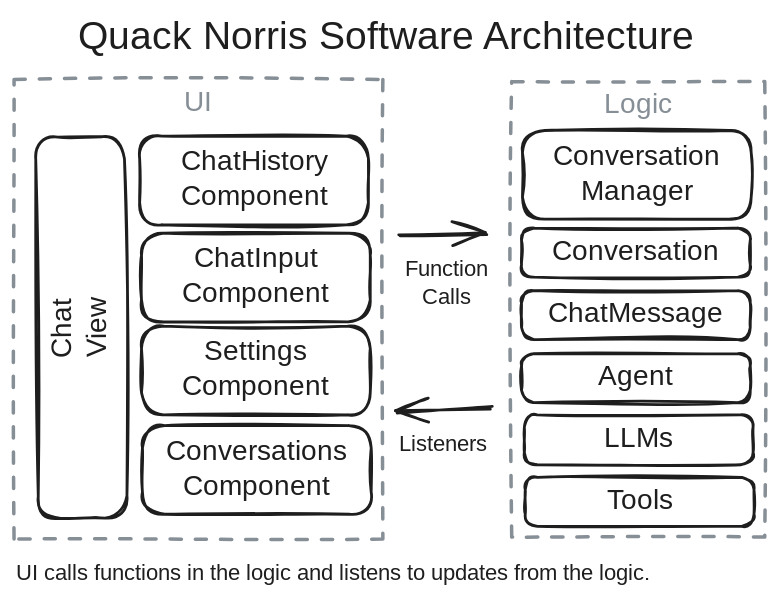
The Excalidraw diagram docs/architecture.excalidraw.svg in penguinmenac3/quack-norris, before a commit. Source tidied: one line per element, renumbered; positions are measured from the earlier drawing's top-left corner, leaving out a move shared by most shapes.
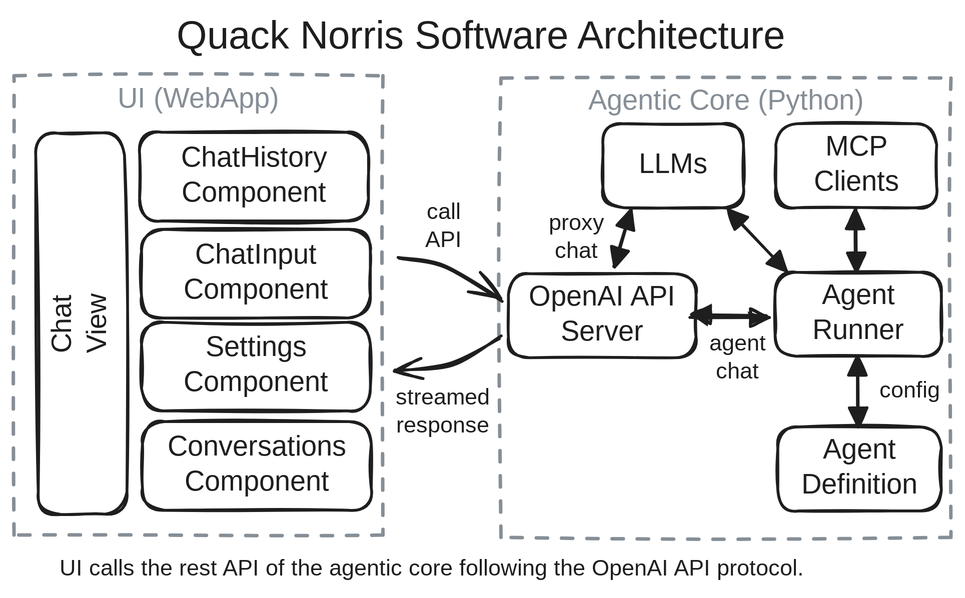
After the commit.

Change to the diagram source:
```diff
@@ -1,7 +1,7 @@
+{"id": 32, "type": "rectangle", "strokeColor": "#868e96", "strokeWidth": 2, "strokeStyle": "dashed", "roughness": 1, "x": 436, "y": 49, "width": 321, "height": 328}
+{"id": 33, "type": "text", "text": "Agentic Core (Python)", "strokeColor": "#868e96", "strokeWidth": 2, "roughness": 1, "fontSize": 20, "fontFamily": 5, "textAlign": "center", "inside": 32, "x": 488, "y": 54, "width": 217, "height": 25}
 {"id": 0, "type": "rectangle", "strokeColor": "#868e96", "strokeWidth": 2, "strokeStyle": "dashed", "roughness": 1, "x": 88, "y": 47, "width": 263, "height": 328}
-{"id": 1, "type": "text", "text": "UI", "strokeColor": "#868e96", "strokeWidth": 2, "roughness": 1, "fontSize": 20, "fontFamily": 5, "textAlign": "center", "inside": 0, "x": 207, "y": 52, "width": 25, "height": 25}
+{"id": 1, "type": "text", "text": "UI (WebApp)", "strokeColor": "#868e96", "strokeWidth": 2, "roughness": 1, "fontSize": 20, "fontFamily": 5, "textAlign": "center", "inside": 0, "x": 159, "y": 52, "width": 122, "height": 25}
-{"id": 2, "type": "rectangle", "strokeColor": "#868e96", "strokeWidth": 2, "strokeStyle": "dashed", "roughness": 1, "x": 443, "y": 48, "width": 181, "height": 325}
-{"id": 3, "type": "text", "text": "Logic", "strokeColor": "#868e96", "strokeWidth": 2, "roughness": 1, "fontSize": 20, "fontFamily": 5, "textAlign": "center", "inside": 2, "x": 509, "y": 53, "width": 49, "height": 25}
 {"id": 4, "type": "rectangle", "strokeColor": "#1e1e1e", "angle": 4.7, "strokeWidth": 2, "roughness": 1, "round": true, "x": 0, "y": 192, "width": 272, "height": 63}
 {"id": 5, "type": "text", "text": "Chat\nView", "strokeColor": "#1e1e1e", "angle": 4.7, "strokeWidth": 2, "roughness": 1, "fontSize": 20, "fontFamily": 5, "textAlign": "center", "verticalAlign": "middle", "inside": 4, "x": 113, "y": 199, "width": 46, "height": 50}
 {"id": 6, "type": "rectangle", "strokeColor": "#1e1e1e", "strokeWidth": 2, "roughness": 1, "round": true, "x": 178, "y": 87, "width": 163, "height": 63}
@@ -11,22 +11,28 @@
 {"id": 10, "type": "rectangle", "strokeColor": "#1e1e1e", "strokeWidth": 2, "roughness": 1, "round": true, "x": 179, "y": 223, "width": 163, "height": 63}
 {"id": 11, "type": "text", "text": "Settings\nComponent", "strokeColor": "#1e1e1e", "strokeWidth": 2, "roughness": 1, "fontSize": 20, "fontFamily": 5, "textAlign": "center", "verticalAlign": "middle", "inside": 10, "x": 209, "y": 230, "width": 103, "height": 50}
 {"id": 12, "type": "rectangle", "strokeColor": "#1e1e1e", "strokeWidth": 2, "roughness": 1, "round": true, "x": 180, "y": 294, "width": 163, "height": 63}
-{"id": 13, "type": "text", "text": "Conversations\nComponent", "strokeColor": "#1e1e1e", "strokeWidth": 2, "roughness": 1, "fontSize": 20, "fontFamily": 5, "textAlign": "center", "verticalAlign": "middle", "inside": 12, "x": 193, "y": 300, "width": 136, "height": 50}
+{"id": 13, "type": "text", "text": "Conversations\nComponent", "strokeColor": "#1e1e1e", "strokeWidth": 2, "roughness": 1, "fontSize": 20, "fontFamily": 5, "textAlign": "center", "verticalAlign": "middle", "inside": 12, "x": 193, "y": 301, "width": 136, "height": 50}
-{"id": 14, "type": "rectangle", "strokeColor": "#1e1e1e", "strokeWidth": 2, "roughness": 1, "round": true, "x": 451, "y": 83, "width": 163, "height": 63}
-{"id": 15, "type": "text", "text": "Conversation\nManager", "strokeColor": "#1e1e1e", "strokeWidth": 2, "roughness": 1, "fontSize": 20, "fontFamily": 5, "textAlign": "center", "verticalAlign": "middle", "inside": 14, "x": 470, "y": 90, "width": 125, "height": 50}
-{"id": 16, "type": "rectangle", "strokeColor": "#1e1e1e", "strokeWidth": 2, "roughness": 1, "round": true, "x": 450, "y": 153, "width": 163, "height": 35}
-{"id": 17, "type": "text", "text": "Conversation", "strokeColor": "#1e1e1e", "strokeWidth": 2, "roughness": 1, "fontSize": 20, "fontFamily": 5, "textAlign": "center", "verticalAlign": "middle", "inside": 16, "x": 469, "y": 158, "width": 125, "height": 25}
-{"id": 18, "type": "rectangle", "strokeColor": "#1e1e1e", "strokeWidth": 2, "roughness": 1, "round": true, "x": 450, "y": 198, "width": 163, "height": 35}
-{"id": 19, "type": "text", "text": "ChatMessage", "strokeColor": "#1e1e1e", "strokeWidth": 2, "roughness": 1, "fontSize": 20, "fontFamily": 5, "textAlign": "center", "verticalAlign": "middle", "inside": 18, "x": 468, "y": 203, "width": 128, "height": 25}
-{"id": 20, "type": "rectangle", "strokeColor": "#1e1e1e", "strokeWidth": 2, "roughness": 1, "round": true, "x": 450, "y": 242, "width": 163, "height": 35}
-{"id": 21, "type": "text", "text": "Agent", "strokeColor": "#1e1e1e", "strokeWidth": 2, "roughness": 1, "fontSize": 20, "fontFamily": 5, "textAlign": "center", "verticalAlign": "middle", "inside": 20, "x": 504, "y": 247, "width": 57, "height": 25}
-{"id": 22, "type": "rectangle", "strokeColor": "#1e1e1e", "strokeWidth": 2, "roughness": 1, "round": true, "x": 452, "y": 286, "width": 163, "height": 36}
-{"id": 23, "type": "text", "text": "LLMs", "strokeColor": "#1e1e1e", "strokeWidth": 2, "roughness": 1, "fontSize": 20, "fontFamily": 5, "textAlign": "center", "verticalAlign": "middle", "inside": 22, "x": 510, "y": 292, "width": 48, "height": 25}
-{"id": 24, "type": "rectangle", "strokeColor": "#1e1e1e", "strokeWidth": 2, "roughness": 1, "round": true, "x": 453, "y": 331, "width": 163, "height": 35}
-{"id": 25, "type": "text", "text": "Tools", "strokeColor": "#1e1e1e", "strokeWidth": 2, "roughness": 1, "fontSize": 20, "fontFamily": 5, "textAlign": "center", "verticalAlign": "middle", "inside": 24, "x": 507, "y": 336, "width": 55, "height": 25}
-{"id": 26, "type": "arrow", "strokeColor": "#1e1e1e", "strokeWidth": 2, "roughness": 1, "endArrowhead": "arrow", "round": true, "from": 29, "to": 2, "x": 363, "y": 158, "width": 63, "height": 1, "points": [[0, 0], [63, -1]]}
+{"id": 26, "type": "arrow", "strokeColor": "#1e1e1e", "strokeWidth": 2, "roughness": 1, "endArrowhead": "arrow", "round": true, "from": 0, "to": 34, "x": 362, "y": 177, "width": 75, "height": 31, "points": [[0, 0], [34, 6], [75, 31]]}
-{"id": 27, "type": "text", "text": "Listeners", "strokeColor": "#1e1e1e", "strokeWidth": 2, "roughness": 1, "fontSize": 16, "fontFamily": 5, "x": 363, "y": 298, "width": 71, "height": 20}
+{"id": 27, "type": "text", "text": "streamed\nresponse", "strokeColor": "#1e1e1e", "strokeWidth": 2, "roughness": 1, "fontSize": 16, "fontFamily": 5, "textAlign": "center", "x": 359, "y": 268, "width": 70, "height": 40}
-{"id": 28, "type": "arrow", "strokeColor": "#1e1e1e", "strokeWidth": 2, "roughness": 1, "endArrowhead": "arrow", "round": true, "from": 2, "to": 27, "x": 429, "y": 281, "width": 67, "height": 3, "points": [[0, 0], [-67, 3]]}
+{"id": 28, "type": "arrow", "strokeColor": "#1e1e1e", "strokeWidth": 2, "roughness": 1, "endArrowhead": "arrow", "round": true, "from": 34, "to": 27, "x": 436, "y": 234, "width": 77, "height": 24, "points": [[0, 0], [-34, 19], [-77, 24]]}
-{"id": 29, "type": "text", "text": "Function\nCalls", "strokeColor": "#1e1e1e", "strokeWidth": 2, "roughness": 1, "fontSize": 16, "fontFamily": 5, "textAlign": "center", "x": 364, "y": 173, "width": 67, "height": 40}
+{"id": 29, "type": "text", "text": "call\nAPI", "strokeColor": "#1e1e1e", "strokeWidth": 2, "roughness": 1, "fontSize": 16, "fontFamily": 5, "textAlign": "center", "x": 379, "y": 135, "width": 31, "height": 40}
-{"id": 30, "type": "text", "text": "Quack Norris Software Architecture", "strokeColor": "#1e1e1e", "strokeWidth": 2, "roughness": 1, "fontSize": 28, "fontFamily": 5, "textAlign": "center", "x": 109, "y": 0, "width": 489, "height": 35}
+{"id": 30, "type": "text", "text": "Quack Norris Software Architecture", "strokeColor": "#1e1e1e", "strokeWidth": 2, "roughness": 1, "fontSize": 28, "fontFamily": 5, "textAlign": "center", "x": 177, "y": 3, "width": 489, "height": 35}
-{"id": 31, "type": "text", "text": "UI calls functions in the logic and listens to updates from the logic.", "strokeColor": "#1e1e1e", "strokeWidth": 2, "roughness": 1, "fontSize": 16, "fontFamily": 5, "x": 90, "y": 390, "width": 534, "height": 20}
+{"id": 31, "type": "text", "text": "UI calls the rest API of the agentic core following the OpenAI API protocol.", "strokeColor": "#1e1e1e", "strokeWidth": 2, "roughness": 1, "fontSize": 16, "fontFamily": 5, "x": 121, "y": 390, "width": 609, "height": 20}
+{"id": 34, "type": "rectangle", "strokeColor": "#1e1e1e", "strokeWidth": 2, "roughness": 1, "round": true, "x": 441, "y": 188, "width": 134, "height": 60}
+{"id": 35, "type": "text", "text": "OpenAI API\nServer", "strokeColor": "#1e1e1e", "strokeWidth": 2, "roughness": 1, "fontSize": 20, "fontFamily": 5, "textAlign": "center", "verticalAlign": "middle", "inside": 34, "x": 449, "y": 193, "width": 118, "height": 50}
+{"id": 36, "type": "rectangle", "strokeColor": "#1e1e1e", "strokeWidth": 2, "roughness": 1, "round": true, "x": 631, "y": 187, "width": 119, "height": 60}
+{"id": 37, "type": "text", "text": "Agent\nRunner", "strokeColor": "#1e1e1e", "strokeWidth": 2, "roughness": 1, "fontSize": 20, "fontFamily": 5, "textAlign": "center", "verticalAlign": "middle", "inside": 36, "x": 658, "y": 192, "width": 66, "height": 50}
+{"id": 38, "type": "rectangle", "strokeColor": "#1e1e1e", "strokeWidth": 2, "roughness": 1, "round": true, "x": 508, "y": 81, "width": 100, "height": 60}
+{"id": 23, "type": "text", "text": "LLMs", "strokeColor": "#1e1e1e", "strokeWidth": 2, "roughness": 1, "fontSize": 20, "fontFamily": 5, "textAlign": "center", "verticalAlign": "middle", "inside": 38, "x": 535, "y": 99, "width": 48, "height": 25}
+{"id": 39, "type": "rectangle", "strokeColor": "#1e1e1e", "strokeWidth": 2, "roughness": 1, "round": true, "x": 633, "y": 298, "width": 117, "height": 60}
+{"id": 40, "type": "text", "text": "Agent\nDefinition", "strokeColor": "#1e1e1e", "strokeWidth": 2, "roughness": 1, "fontSize": 20, "fontFamily": 5, "textAlign": "center", "verticalAlign": "middle", "inside": 39, "x": 644, "y": 303, "width": 95, "height": 50}
+{"id": 41, "type": "rectangle", "strokeColor": "#1e1e1e", "strokeWidth": 2, "roughness": 1, "round": true, "x": 632, "y": 81, "width": 115, "height": 60}
+{"id": 42, "type": "text", "text": "MCP\nClients", "strokeColor": "#1e1e1e", "strokeWidth": 2, "roughness": 1, "fontSize": 20, "fontFamily": 5, "textAlign": "center", "verticalAlign": "middle", "inside": 41, "x": 657, "y": 86, "width": 65, "height": 50}
+{"id": 43, "type": "arrow", "strokeColor": "#1e1e1e", "strokeWidth": 2, "roughness": 1, "startArrowhead": "triangle", "endArrowhead": "triangle", "round": true, "from": 36, "to": 41, "x": 689, "y": 186, "width": 0, "height": 45, "points": [[0, 0], [0, -45]]}
+{"id": 44, "type": "arrow", "strokeColor": "#1e1e1e", "strokeWidth": 2, "roughness": 1, "startArrowhead": "triangle", "endArrowhead": "triangle", "round": true, "from": 36, "to": 38, "x": 639, "y": 186, "width": 42, "height": 43, "points": [[0, 0], [-42, -43]]}
+{"id": 45, "type": "arrow", "strokeColor": "#1e1e1e", "strokeWidth": 2, "roughness": 1, "startArrowhead": "triangle", "endArrowhead": "triangle", "round": true, "from": 39, "to": 36, "x": 690, "y": 297, "width": 0, "height": 50, "points": [[0, 0], [0, -50]]}
+{"id": 46, "type": "arrow", "strokeColor": "#1e1e1e", "strokeWidth": 2, "roughness": 1, "startArrowhead": "triangle", "endArrowhead": "triangle", "round": true, "from": 49, "to": 36, "x": 571, "y": 219, "width": 55, "height": 0, "points": [[0, 0], [55, 0]]}
+{"id": 47, "type": "arrow", "strokeColor": "#1e1e1e", "strokeWidth": 2, "roughness": 1, "startArrowhead": "triangle", "endArrowhead": "triangle", "round": true, "from": 48, "to": 38, "x": 517, "y": 183, "width": 12, "height": 41, "points": [[0, 0], [12, -41]]}
+{"id": 48, "type": "text", "text": "proxy\nchat", "strokeColor": "#1e1e1e", "strokeWidth": 2, "roughness": 1, "fontSize": 16, "fontFamily": 5, "textAlign": "center", "x": 468, "y": 143, "width": 42, "height": 40}
+{"id": 49, "type": "text", "text": "agent\nchat", "strokeColor": "#1e1e1e", "strokeWidth": 2, "roughness": 1, "fontSize": 16, "fontFamily": 5, "textAlign": "center", "x": 583, "y": 229, "width": 44, "height": 40}
+{"id": 50, "type": "text", "text": "config", "strokeColor": "#1e1e1e", "strokeWidth": 2, "roughness": 1, "fontSize": 16, "fontFamily": 5, "textAlign": "center", "x": 704, "y": 262, "width": 47, "height": 20}
```
